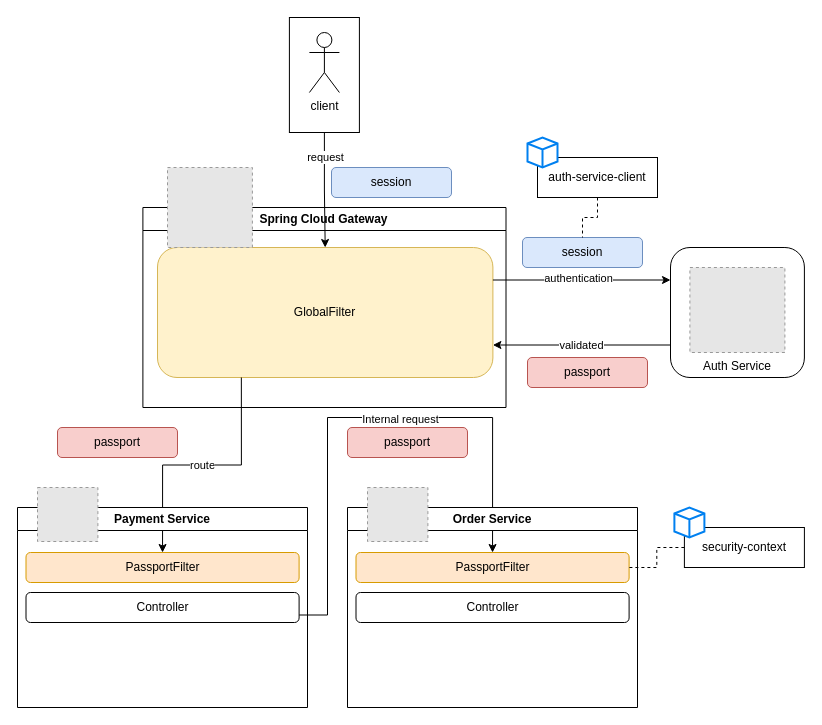
The draw.io diagram page "authentication flow" (2 of 4) of hands-on-msa/hands-on-msa-with-spring-cloud/readme/msa-architecture.drawio in Gun2/hands-on-everything, before the edit. Source tidied: cells renumbered, new cells numbered last; positions are measured from the earlier drawing's top-left corner, leaving out a move shared by most shapes. Both pictures are drawn from the tidied source at 100%, with x=0, y=0 at pixel (17, 17). Pictures stored in the file or linked from it are replaced by grey dashed boxes.
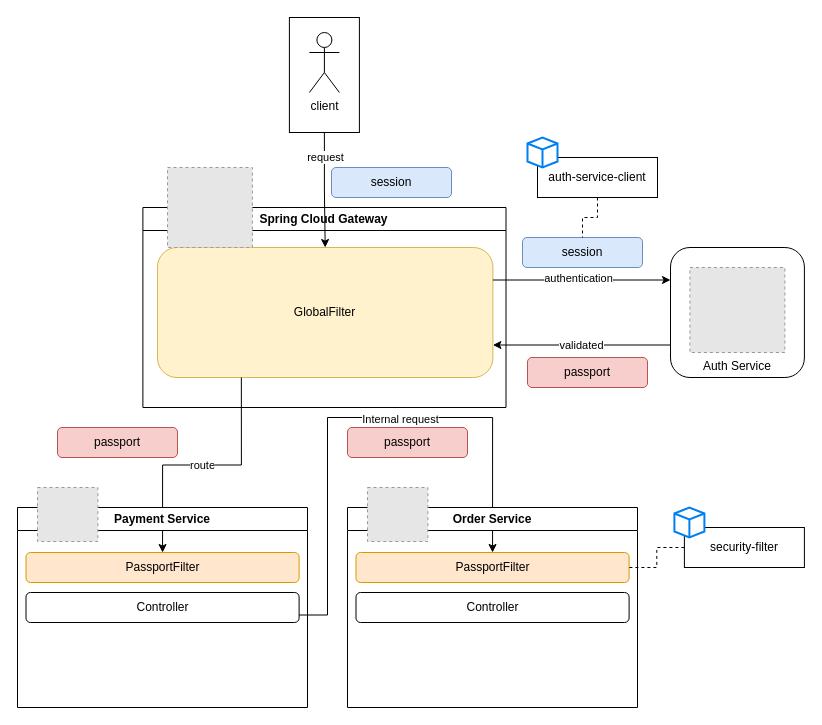
After the change.

The change refers to these unchanged cells:
```xml
<mxCell id="34" style="group;" parent="1" vertex="1">
  <mxGeometry x="656.9" y="490" width="130" height="60" as="geometry" />
</mxCell>
```

The edit, as a diff of the source:
```diff
@@
-    <mxCell id="35" value="security-context" style="rounded=0;whiteSpace=wrap;html=1;" parent="34" vertex="1">
+    <mxCell id="35" value="security-filter" style="rounded=0;whiteSpace=wrap;html=1;" parent="34" vertex="1">
       <mxGeometry x="10" y="20" width="120" height="40" as="geometry" />
     </mxCell>
```
